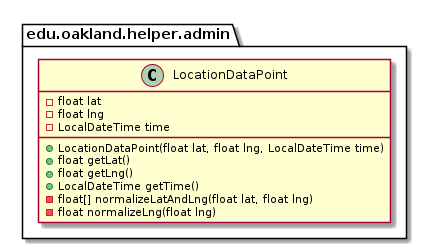
Earlier version of the PlantUML export docs/uml-class-diagrams/admin/helper/LocationDataPoint/LocationDataPoint_Closure.png (andrewdimmer/csi-3370-software-project).
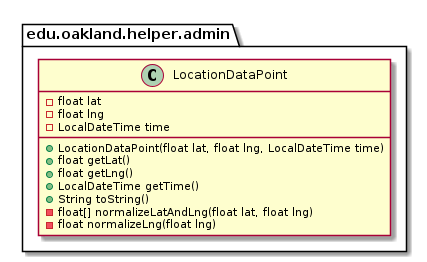
Later version of the same file.

Diff of the diagram source:
```diff
@@ -10,6 +10,7 @@
         + float getLat()
         + float getLng()
         + LocalDateTime getTime()
+        + String toString()
         - float[] normalizeLatAndLng(float lat, float lng)
         - float normalizeLng(float lng)
     }
```
